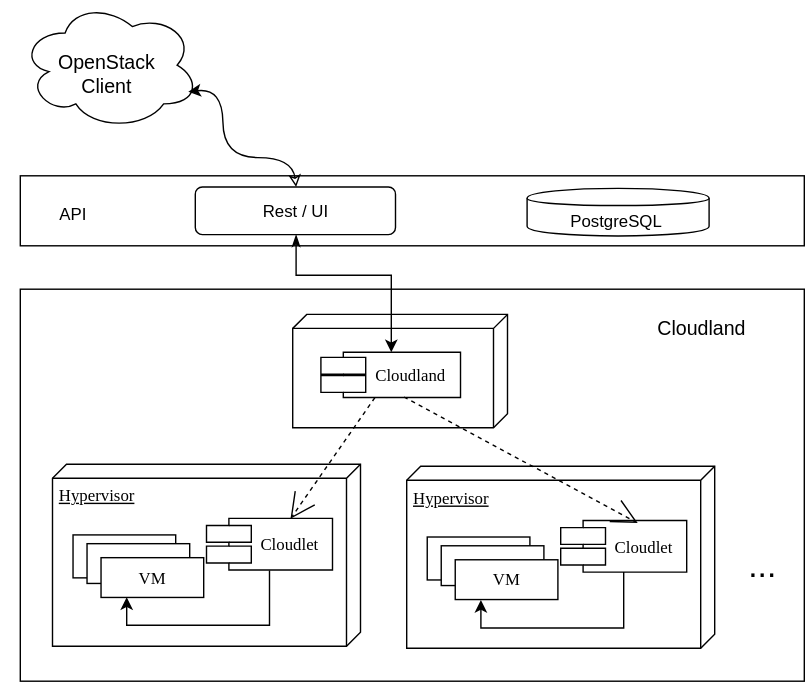
This is web/architecture.svg from Catherine2019/cloudland, a draw.io export, as it was before one commit. Source tidied: cells renumbered, new cells last; positions are measured from the earlier drawing's top-left corner, leaving out a move shared by most shapes.
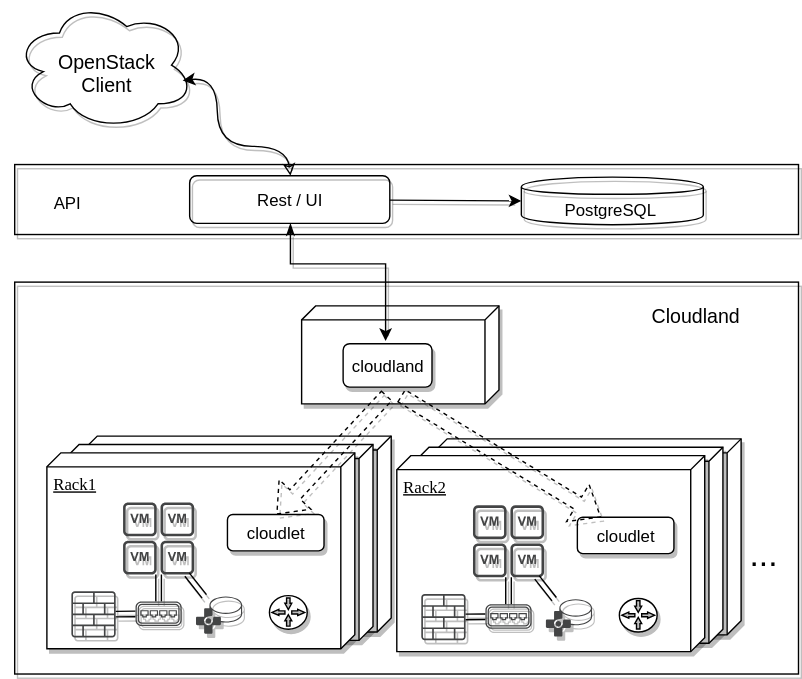
Later version of the same file.

Diff of the diagram source:
```diff
@@ -1,114 +1,158 @@
-<mxGraphModel background="#ffffff">
+<mxGraphModel>
   <root>
     <mxCell id="0" />
     <mxCell id="1" parent="0" />
-    <mxCell id="2" style="rounded=0;whiteSpace=wrap;html=1;fillColor=none;" parent="1" vertex="1">
-      <mxGeometry x="14" y="206" width="560" height="280" as="geometry" />
-    </mxCell>
-    <mxCell id="3" style="group;fillColor=none;" parent="1" vertex="1">
-      <mxGeometry x="37" y="331" width="220" height="135" as="geometry" />
-    </mxCell>
-    <mxCell id="4" value="Hypervisor" style="verticalAlign=top;align=left;spacingTop=8;spacingLeft=2;spacingRight=12;shape=cube;size=10;direction=south;fontStyle=4;html=1;rounded=0;shadow=0;comic=0;labelBackgroundColor=none;strokeColor=#000000;strokeWidth=1;fillColor=#ffffff;fontFamily=Verdana;fontSize=12;fontColor=#000000;" parent="3" vertex="1">
-      <mxGeometry width="220" height="130" as="geometry" />
-    </mxCell>
-    <mxCell id="5" value="VM" style="html=1;rounded=0;shadow=0;comic=0;labelBackgroundColor=none;strokeColor=#000000;strokeWidth=1;fillColor=#ffffff;fontFamily=Verdana;fontSize=12;fontColor=#000000;align=center;" parent="3" vertex="1">
-      <mxGeometry x="14.7" y="50.5" width="73.3" height="30.7" as="geometry" />
-    </mxCell>
-    <mxCell id="6" value="Cloudlet" style="shape=component;align=left;spacingLeft=36;rounded=0;shadow=0;comic=0;labelBackgroundColor=none;strokeColor=#000000;strokeWidth=1;fillColor=#ffffff;fontFamily=Verdana;fontSize=12;fontColor=#000000;html=1;" parent="3" vertex="1">
-      <mxGeometry x="110" y="38.7" width="90" height="36.9" as="geometry" />
-    </mxCell>
-    <mxCell id="7" style="group;" parent="1" vertex="1">
-      <mxGeometry x="199" y="224" width="163" height="81" as="geometry" />
-    </mxCell>
-    <mxCell id="8" style="verticalAlign=top;align=left;spacingTop=8;spacingLeft=2;spacingRight=12;shape=cube;size=10;direction=south;fontStyle=4;html=1;rounded=0;shadow=0;comic=0;labelBackgroundColor=none;strokeColor=#000000;strokeWidth=1;fillColor=#ffffff;fontFamily=Verdana;fontSize=12;fontColor=#000000;" parent="7" vertex="1">
-      <mxGeometry x="9.6" width="153.4" height="81" as="geometry" />
-    </mxCell>
-    <mxCell id="9" value="Cloudland" style="shape=component;align=left;spacingLeft=36;rounded=0;shadow=0;comic=0;labelBackgroundColor=none;strokeColor=#000000;strokeWidth=1;fillColor=#ffffff;fontFamily=Verdana;fontSize=12;fontColor=#000000;html=1;" parent="7" vertex="1">
-      <mxGeometry x="29.7" y="27" width="99.7" height="32.4" as="geometry" />
-    </mxCell>
-    <mxCell id="10" style="edgeStyle=none;rounded=0;html=1;dashed=1;labelBackgroundColor=none;startArrow=none;startFill=0;startSize=8;endArrow=open;endFill=0;endSize=16;fontFamily=Verdana;fontSize=12;entryX=0.672;entryY=0;entryDx=0;entryDy=0;entryPerimeter=0;" parent="1" edge="1" source="9" target="6">
-      <mxGeometry relative="1" as="geometry" />
-    </mxCell>
-    <mxCell id="11" value="VM" style="html=1;rounded=0;shadow=0;comic=0;labelBackgroundColor=none;strokeColor=#000000;strokeWidth=1;fillColor=#ffffff;fontFamily=Verdana;fontSize=12;fontColor=#000000;align=center;" parent="1" vertex="1">
-      <mxGeometry x="61.7" y="387.8" width="73.3" height="28.4" as="geometry" />
-    </mxCell>
-    <mxCell id="12" value="VM" style="html=1;rounded=0;shadow=0;comic=0;labelBackgroundColor=none;strokeColor=#000000;strokeWidth=1;fillColor=#ffffff;fontFamily=Verdana;fontSize=12;fontColor=#000000;align=center;" parent="1" vertex="1">
-      <mxGeometry x="71.7" y="397.8" width="73.3" height="28.4" as="geometry" />
-    </mxCell>
-    <mxCell id="13" style="edgeStyle=orthogonalEdgeStyle;rounded=0;jettySize=auto;html=1;exitX=0.5;exitY=1;exitDx=0;exitDy=0;entryX=0.25;entryY=1;entryDx=0;entryDy=0;" parent="1" edge="1" source="6" target="12">
-      <mxGeometry relative="1" as="geometry" />
-    </mxCell>
-    <mxCell id="14" value="&lt;font style=&quot;font-size: 14px&quot;&gt;Cloudland&lt;/font&gt;" style="text;html=1;strokeColor=none;fillColor=none;align=center;verticalAlign=middle;whiteSpace=wrap;rounded=0;" parent="1" vertex="1">
-      <mxGeometry x="445" y="223.5" width="110" height="20" as="geometry" />
-    </mxCell>
-    <mxCell id="15" style="rounded=0;whiteSpace=wrap;html=1;fillColor=none;" parent="1" vertex="1">
-      <mxGeometry x="14" y="125" width="560" height="50" as="geometry" />
-    </mxCell>
-    <mxCell id="16" style="ellipse;shape=cloud;whiteSpace=wrap;html=1;fillColor=none;" parent="1" vertex="1">
-      <mxGeometry x="14" width="128" height="92" as="geometry" />
-    </mxCell>
+    <mxCell id="34" style="rounded=0;whiteSpace=wrap;html=1;fillColor=none;shadow=1;" parent="1" vertex="1">
+      <mxGeometry x="14" y="209" width="560" height="280" as="geometry" />
+    </mxCell>
+    <mxCell id="35" style="verticalAlign=top;align=left;spacingTop=8;spacingLeft=2;spacingRight=12;shape=cube;size=10;direction=south;fontStyle=4;html=1;rounded=0;shadow=1;comic=0;labelBackgroundColor=none;strokeColor=#000000;strokeWidth=1;fillColor=#ffffff;fontFamily=Verdana;fontSize=12;fontColor=#000000;" parent="1" vertex="1">
+      <mxGeometry x="63" y="319" width="220" height="140" as="geometry" />
+    </mxCell>
+    <mxCell id="36" style="verticalAlign=top;align=left;spacingTop=8;spacingLeft=2;spacingRight=12;shape=cube;size=10;direction=south;fontStyle=4;html=1;rounded=0;shadow=1;comic=0;labelBackgroundColor=none;strokeColor=#000000;strokeWidth=1;fillColor=#ffffff;fontFamily=Verdana;fontSize=12;fontColor=#000000;" parent="1" vertex="1">
+      <mxGeometry x="50" y="325" width="220" height="140" as="geometry" />
+    </mxCell>
+    <mxCell id="37" style="group;shadow=1;" parent="1" vertex="1">
+      <mxGeometry x="210" y="226" width="150" height="81" as="geometry" />
+    </mxCell>
+    <mxCell id="38" style="verticalAlign=top;align=left;spacingTop=8;spacingLeft=2;spacingRight=12;shape=cube;size=10;direction=south;fontStyle=4;html=1;rounded=0;shadow=1;comic=0;labelBackgroundColor=none;strokeColor=#000000;strokeWidth=1;fillColor=#ffffff;fontFamily=Verdana;fontSize=12;fontColor=#000000;" parent="37" vertex="1">
+      <mxGeometry x="9" width="141" height="70" as="geometry" />
+    </mxCell>
+    <mxCell id="39" value="cloudland" style="rounded=1;whiteSpace=wrap;html=1;strokeColor=#000000;fillColor=#ffffff;shadow=1;" parent="37" vertex="1">
+      <mxGeometry x="38.7" y="27" width="63.5" height="31" as="geometry" />
+    </mxCell>
+    <mxCell id="40" value="&lt;font style=&quot;font-size: 14px&quot;&gt;Cloudland&lt;/font&gt;" style="text;html=1;strokeColor=none;fillColor=none;align=center;verticalAlign=middle;whiteSpace=wrap;rounded=0;shadow=1;" parent="1" vertex="1">
+      <mxGeometry x="445" y="223.5" width="110" height="20" as="geometry" />
+    </mxCell>
+    <mxCell id="41" style="rounded=0;whiteSpace=wrap;html=1;fillColor=none;shadow=1;" parent="1" vertex="1">
+      <mxGeometry x="14" y="125" width="560" height="50" as="geometry" />
+    </mxCell>
+    <mxCell id="42" style="ellipse;shape=cloud;whiteSpace=wrap;html=1;fillColor=none;shadow=1;" parent="1" vertex="1">
+      <mxGeometry x="14" y="8" width="128" height="92" as="geometry" />
+    </mxCell>
-    <mxCell id="17" value="&lt;font style=&quot;font-size: 14px&quot;&gt;OpenStack&lt;br&gt;Client&lt;br&gt;&lt;/font&gt;" style="text;html=1;strokeColor=none;fillColor=none;align=center;verticalAlign=middle;whiteSpace=wrap;rounded=0;" parent="1" vertex="1">
-      <mxGeometry y="42" width="150" height="20" as="geometry" />
+    <mxCell id="17" value="&lt;font style=&quot;font-size: 14px&quot;&gt;OpenStack&lt;br&gt;Client&lt;br&gt;&lt;/font&gt;" style="text;html=1;strokeColor=none;fillColor=none;align=center;verticalAlign=middle;whiteSpace=wrap;rounded=0;shadow=1;" parent="1" vertex="1">
+      <mxGeometry x="4" y="50" width="150" height="20" as="geometry" />
     </mxCell>
-    <mxCell id="18" value="API" style="text;html=1;strokeColor=none;fillColor=none;align=center;verticalAlign=middle;whiteSpace=wrap;rounded=0;" parent="1" vertex="1">
+    <mxCell id="18" value="API" style="text;html=1;strokeColor=none;fillColor=none;align=center;verticalAlign=middle;whiteSpace=wrap;rounded=0;shadow=1;" parent="1" vertex="1">
       <mxGeometry x="17.5" y="142" width="67" height="20" as="geometry" />
     </mxCell>
-    <mxCell id="19" style="shape=cylinder;whiteSpace=wrap;html=1;boundedLbl=1;backgroundOutline=1;fillColor=none;" parent="1" vertex="1">
-      <mxGeometry x="376" y="134" width="130" height="34" as="geometry" />
-    </mxCell>
+    <mxCell id="43" style="shape=cylinder;whiteSpace=wrap;html=1;boundedLbl=1;backgroundOutline=1;fillColor=none;shadow=1;" parent="1" vertex="1">
+      <mxGeometry x="376" y="134" width="130" height="34" as="geometry" />
+    </mxCell>
-    <mxCell id="20" value="PostgreSQL" style="text;html=1;strokeColor=none;fillColor=none;align=center;verticalAlign=middle;whiteSpace=wrap;rounded=0;" parent="1" vertex="1">
+    <mxCell id="20" value="PostgreSQL" style="text;html=1;strokeColor=none;fillColor=none;align=center;verticalAlign=middle;whiteSpace=wrap;rounded=0;shadow=1;" parent="1" vertex="1">
       <mxGeometry x="419" y="147" width="40" height="20" as="geometry" />
     </mxCell>
-    <mxCell id="21" style="rounded=0;jettySize=auto;html=1;exitX=0.5;exitY=1;exitDx=0;exitDy=0;entryX=0.5;entryY=0;entryDx=0;entryDy=0;edgeStyle=orthogonalEdgeStyle;startArrow=classicThin;startFill=1;" parent="1" edge="1" source="22" target="9">
-      <mxGeometry relative="1" as="geometry">
-        <Array as="points">
-          <mxPoint x="211" y="196" />
-          <mxPoint x="279" y="196" />
-        </Array>
-      </mxGeometry>
-    </mxCell>
-    <mxCell id="22" style="rounded=1;whiteSpace=wrap;html=1;fillColor=none;" parent="1" vertex="1">
-      <mxGeometry x="139" y="133" width="143" height="34" as="geometry" />
-    </mxCell>
+    <mxCell id="44" style="rounded=0;jettySize=auto;html=1;exitX=0.5;exitY=1;exitDx=0;exitDy=0;entryX=0.5;entryY=0;entryDx=0;entryDy=0;edgeStyle=orthogonalEdgeStyle;startArrow=classicThin;startFill=1;shadow=1;" parent="1" edge="1" source="46">
+      <mxGeometry relative="1" as="geometry">
+        <mxPoint x="279" y="251" as="targetPoint" />
+        <Array as="points">
+          <mxPoint x="211" y="196" />
+          <mxPoint x="279" y="196" />
+        </Array>
+      </mxGeometry>
+    </mxCell>
+    <mxCell id="45" style="edgeStyle=none;rounded=0;jettySize=auto;html=1;entryX=0;entryY=0.5;entryDx=0;entryDy=0;startArrow=none;startFill=0;shadow=1;" parent="1" edge="1" source="46" target="43">
+      <mxGeometry relative="1" as="geometry" />
+    </mxCell>
+    <mxCell id="46" style="rounded=1;whiteSpace=wrap;html=1;fillColor=none;shadow=1;" parent="1" vertex="1">
+      <mxGeometry x="139" y="133" width="143" height="34" as="geometry" />
+    </mxCell>
-    <mxCell id="23" value="Rest / UI" style="text;html=1;strokeColor=none;fillColor=none;align=center;verticalAlign=middle;whiteSpace=wrap;rounded=0;" parent="1" vertex="1">
+    <mxCell id="23" value="Rest / UI" style="text;html=1;strokeColor=none;fillColor=none;align=center;verticalAlign=middle;whiteSpace=wrap;rounded=0;shadow=1;" parent="1" vertex="1">
       <mxGeometry x="160" y="140" width="100" height="20" as="geometry" />
     </mxCell>
-    <mxCell id="24" style="group;fillColor=none;" parent="1" vertex="1">
-      <mxGeometry x="290" y="332.5" width="220" height="135" as="geometry" />
-    </mxCell>
-    <mxCell id="25" value="Hypervisor" style="verticalAlign=top;align=left;spacingTop=8;spacingLeft=2;spacingRight=12;shape=cube;size=10;direction=south;fontStyle=4;html=1;rounded=0;shadow=0;comic=0;labelBackgroundColor=none;strokeColor=#000000;strokeWidth=1;fillColor=#ffffff;fontFamily=Verdana;fontSize=12;fontColor=#000000;" parent="24" vertex="1">
-      <mxGeometry width="220" height="130" as="geometry" />
-    </mxCell>
-    <mxCell id="26" value="VM" style="html=1;rounded=0;shadow=0;comic=0;labelBackgroundColor=none;strokeColor=#000000;strokeWidth=1;fillColor=#ffffff;fontFamily=Verdana;fontSize=12;fontColor=#000000;align=center;" parent="24" vertex="1">
-      <mxGeometry x="14.7" y="50.5" width="73.3" height="30.7" as="geometry" />
-    </mxCell>
-    <mxCell id="27" value="Cloudlet" style="shape=component;align=left;spacingLeft=36;rounded=0;shadow=0;comic=0;labelBackgroundColor=none;strokeColor=#000000;strokeWidth=1;fillColor=#ffffff;fontFamily=Verdana;fontSize=12;fontColor=#000000;html=1;" parent="24" vertex="1">
-      <mxGeometry x="110" y="38.7" width="90" height="36.9" as="geometry" />
-    </mxCell>
-    <mxCell id="28" value="VM" style="html=1;rounded=0;shadow=0;comic=0;labelBackgroundColor=none;strokeColor=#000000;strokeWidth=1;fillColor=#ffffff;fontFamily=Verdana;fontSize=12;fontColor=#000000;align=center;" parent="1" vertex="1">
-      <mxGeometry x="314.7" y="389.3" width="73.3" height="28.4" as="geometry" />
-    </mxCell>
-    <mxCell id="29" value="VM" style="html=1;rounded=0;shadow=0;comic=0;labelBackgroundColor=none;strokeColor=#000000;strokeWidth=1;fillColor=#ffffff;fontFamily=Verdana;fontSize=12;fontColor=#000000;align=center;" parent="1" vertex="1">
-      <mxGeometry x="324.7" y="399.3" width="73.3" height="28.4" as="geometry" />
-    </mxCell>
-    <mxCell id="30" style="edgeStyle=orthogonalEdgeStyle;rounded=0;jettySize=auto;html=1;exitX=0.5;exitY=1;exitDx=0;exitDy=0;entryX=0.25;entryY=1;entryDx=0;entryDy=0;" parent="1" edge="1" source="27" target="29">
-      <mxGeometry relative="1" as="geometry" />
-    </mxCell>
-    <mxCell id="31" style="edgeStyle=none;rounded=0;html=1;dashed=1;labelBackgroundColor=none;startArrow=none;startFill=0;startSize=8;endArrow=open;endFill=0;endSize=16;fontFamily=Verdana;fontSize=12;exitX=0.596;exitY=1;exitDx=0;exitDy=0;exitPerimeter=0;entryX=0.611;entryY=0.049;entryDx=0;entryDy=0;entryPerimeter=0;" parent="1" edge="1" source="9" target="27">
-      <mxGeometry relative="1" as="geometry" />
-    </mxCell>
-    <mxCell id="32" value="&lt;font style=&quot;font-size: 24px&quot;&gt;...&lt;/font&gt;" style="text;html=1;strokeColor=none;fillColor=none;align=center;verticalAlign=middle;whiteSpace=wrap;rounded=0;" parent="1" vertex="1">
-      <mxGeometry x="524" y="393.5" width="40" height="20" as="geometry" />
+    <mxCell id="32" value="&lt;font style=&quot;font-size: 24px&quot;&gt;...&lt;/font&gt;" style="text;html=1;strokeColor=none;fillColor=none;align=center;verticalAlign=middle;whiteSpace=wrap;rounded=0;shadow=1;" parent="1" vertex="1">
+      <mxGeometry x="529" y="393.5" width="40" height="20" as="geometry" />
     </mxCell>
-    <mxCell id="33" style="curved=1;endArrow=classic;html=1;exitX=0.5;exitY=0;exitDx=0;exitDy=0;startArrow=classic;startFill=0;" parent="1" edge="1" source="22">
-      <mxGeometry relative="1" as="geometry">
-        <mxPoint x="134" y="65" as="targetPoint" />
-        <Array as="points">
-          <mxPoint x="208.5" y="112" />
-          <mxPoint x="159" y="112" />
-          <mxPoint x="158.5" y="62" />
-        </Array>
-      </mxGeometry>
-    </mxCell>
+    <mxCell id="47" style="curved=1;endArrow=classic;html=1;exitX=0.5;exitY=0;exitDx=0;exitDy=0;startArrow=classic;startFill=0;shadow=1;" parent="1" edge="1" source="46">
+      <mxGeometry relative="1" as="geometry">
+        <mxPoint x="134" y="65" as="targetPoint" />
+        <Array as="points">
+          <mxPoint x="208.5" y="112" />
+          <mxPoint x="159" y="112" />
+          <mxPoint x="158.5" y="62" />
+        </Array>
+      </mxGeometry>
+    </mxCell>
+    <mxCell id="48" value="Rack1" style="verticalAlign=top;align=left;spacingTop=8;spacingLeft=2;spacingRight=12;shape=cube;size=10;direction=south;fontStyle=4;html=1;rounded=0;shadow=1;comic=0;labelBackgroundColor=none;strokeColor=#000000;strokeWidth=1;fillColor=#ffffff;fontFamily=Verdana;fontSize=12;fontColor=#000000;" parent="1" vertex="1">
+      <mxGeometry x="37" y="331" width="220" height="140" as="geometry" />
+    </mxCell>
+    <mxCell id="49" value="cloudlet" style="rounded=1;whiteSpace=wrap;html=1;strokeColor=#000000;fillColor=#ffffff;shadow=1;" parent="1" vertex="1">
+      <mxGeometry x="166" y="375" width="69" height="26" as="geometry" />
+    </mxCell>
+    <mxCell id="50" style="group;shadow=1;" parent="1" vertex="1">
+      <mxGeometry x="54.5" y="366.5" width="122" height="98" as="geometry" />
+    </mxCell>
+    <mxCell id="51" style="shadow=1;dashed=0;html=1;strokeColor=none;fillColor=#434445;labelPosition=center;verticalLabelPosition=bottom;verticalAlign=top;align=center;outlineConnect=0;shape=mxgraph.vvd.logical_firewall;" parent="50" vertex="1">
+      <mxGeometry y="63.4" width="31.7" height="33" as="geometry" />
+    </mxCell>
+    <mxCell id="52" style="shadow=1;dashed=0;html=1;strokeColor=none;fillColor=#434445;labelPosition=center;verticalLabelPosition=bottom;verticalAlign=top;align=center;outlineConnect=0;shape=mxgraph.vvd.vm_group;" parent="50" vertex="1">
+      <mxGeometry x="36.9" width="50.8" height="51.4" as="geometry" />
+    </mxCell>
+    <mxCell id="53" style="edgeStyle=none;shape=link;rounded=0;jettySize=auto;html=1;startArrow=blockThin;startFill=1;shadow=1;" parent="50" edge="1" source="55" target="51">
+      <mxGeometry relative="1" as="geometry" />
+    </mxCell>
+    <mxCell id="54" style="edgeStyle=none;shape=link;rounded=0;jettySize=auto;html=1;startArrow=blockThin;startFill=1;shadow=1;" parent="50" edge="1" source="55" target="52">
+      <mxGeometry relative="1" as="geometry" />
+    </mxCell>
+    <mxCell id="55" style="shadow=1;dashed=0;html=1;strokeColor=none;fillColor=#434445;labelPosition=center;verticalLabelPosition=bottom;verticalAlign=top;align=center;outlineConnect=0;shape=mxgraph.vvd.virtual_switch;" parent="50" vertex="1">
+      <mxGeometry x="45.8" y="70.7" width="33" height="17.5" as="geometry" />
+    </mxCell>
+    <mxCell id="56" style="edgeStyle=none;shape=link;rounded=0;jettySize=auto;html=1;startArrow=blockThin;startFill=1;shadow=1;" parent="50" edge="1" source="57" target="52">
+      <mxGeometry relative="1" as="geometry" />
+    </mxCell>
+    <mxCell id="57" style="shadow=1;dashed=0;html=1;strokeColor=none;fillColor=#434445;labelPosition=center;verticalLabelPosition=bottom;verticalAlign=top;align=center;outlineConnect=0;shape=mxgraph.vvd.writable_volume;" parent="50" vertex="1">
+      <mxGeometry x="89" y="67" width="33" height="26.7" as="geometry" />
+    </mxCell>
+    <mxCell id="58" style="shadow=1;dashed=0;html=1;strokeColor=#000000;labelPosition=center;verticalLabelPosition=bottom;verticalAlign=top;align=center;shape=mxgraph.mscae.enterprise.gateway;fillColor=#ffffff;" parent="1" vertex="1">
+      <mxGeometry x="196" y="433" width="27" height="24" as="geometry" />
+    </mxCell>
+    <mxCell id="59" style="edgeStyle=none;rounded=0;html=1;dashed=1;labelBackgroundColor=none;startArrow=none;startFill=0;endArrow=open;endFill=0;fontFamily=Verdana;fontSize=12;entryX=0.5;entryY=0;entryDx=0;entryDy=0;shape=flexArrow;shadow=1;" parent="1" edge="1" target="49">
+      <mxGeometry relative="1" as="geometry">
+        <mxPoint x="280" y="290" as="sourcePoint" />
+      </mxGeometry>
+    </mxCell>
+    <mxCell id="60" style="verticalAlign=top;align=left;spacingTop=8;spacingLeft=2;spacingRight=12;shape=cube;size=10;direction=south;fontStyle=4;html=1;rounded=0;shadow=1;comic=0;labelBackgroundColor=none;strokeColor=#000000;strokeWidth=1;fillColor=#ffffff;fontFamily=Verdana;fontSize=12;fontColor=#000000;" parent="1" vertex="1">
+      <mxGeometry x="313" y="321" width="220" height="140" as="geometry" />
+    </mxCell>
+    <mxCell id="61" style="verticalAlign=top;align=left;spacingTop=8;spacingLeft=2;spacingRight=12;shape=cube;size=10;direction=south;fontStyle=4;html=1;rounded=0;shadow=1;comic=0;labelBackgroundColor=none;strokeColor=#000000;strokeWidth=1;fillColor=#ffffff;fontFamily=Verdana;fontSize=12;fontColor=#000000;" parent="1" vertex="1">
+      <mxGeometry x="300" y="327" width="220" height="140" as="geometry" />
+    </mxCell>
+    <mxCell id="62" value="Rack2" style="verticalAlign=top;align=left;spacingTop=8;spacingLeft=2;spacingRight=12;shape=cube;size=10;direction=south;fontStyle=4;html=1;rounded=0;shadow=1;comic=0;labelBackgroundColor=none;strokeColor=#000000;strokeWidth=1;fillColor=#ffffff;fontFamily=Verdana;fontSize=12;fontColor=#000000;" parent="1" vertex="1">
+      <mxGeometry x="287" y="333" width="220" height="140" as="geometry" />
+    </mxCell>
+    <mxCell id="63" value="cloudlet" style="rounded=1;whiteSpace=wrap;html=1;strokeColor=#000000;fillColor=#ffffff;shadow=1;" parent="1" vertex="1">
+      <mxGeometry x="416" y="377" width="69" height="26" as="geometry" />
+    </mxCell>
+    <mxCell id="64" style="group;shadow=1;" parent="1" vertex="1">
+      <mxGeometry x="304.5" y="368.5" width="122" height="98" as="geometry" />
+    </mxCell>
+    <mxCell id="65" style="shadow=1;dashed=0;html=1;strokeColor=none;fillColor=#434445;labelPosition=center;verticalLabelPosition=bottom;verticalAlign=top;align=center;outlineConnect=0;shape=mxgraph.vvd.logical_firewall;" parent="64" vertex="1">
+      <mxGeometry y="63.4" width="31.7" height="33" as="geometry" />
+    </mxCell>
+    <mxCell id="66" style="shadow=1;dashed=0;html=1;strokeColor=none;fillColor=#434445;labelPosition=center;verticalLabelPosition=bottom;verticalAlign=top;align=center;outlineConnect=0;shape=mxgraph.vvd.vm_group;" parent="64" vertex="1">
+      <mxGeometry x="36.9" width="50.8" height="51.4" as="geometry" />
+    </mxCell>
+    <mxCell id="67" style="edgeStyle=none;shape=link;rounded=0;jettySize=auto;html=1;startArrow=blockThin;startFill=1;shadow=1;" parent="64" edge="1" source="69" target="65">
+      <mxGeometry relative="1" as="geometry" />
+    </mxCell>
+    <mxCell id="68" style="edgeStyle=none;shape=link;rounded=0;jettySize=auto;html=1;startArrow=blockThin;startFill=1;shadow=1;" parent="64" edge="1" source="69" target="66">
+      <mxGeometry relative="1" as="geometry" />
+    </mxCell>
+    <mxCell id="69" style="shadow=1;dashed=0;html=1;strokeColor=none;fillColor=#434445;labelPosition=center;verticalLabelPosition=bottom;verticalAlign=top;align=center;outlineConnect=0;shape=mxgraph.vvd.virtual_switch;" parent="64" vertex="1">
+      <mxGeometry x="45.8" y="70.7" width="33" height="17.5" as="geometry" />
+    </mxCell>
+    <mxCell id="70" style="edgeStyle=none;shape=link;rounded=0;jettySize=auto;html=1;startArrow=blockThin;startFill=1;shadow=1;" parent="64" edge="1" source="71" target="66">
+      <mxGeometry relative="1" as="geometry" />
+    </mxCell>
+    <mxCell id="71" style="shadow=1;dashed=0;html=1;strokeColor=none;fillColor=#434445;labelPosition=center;verticalLabelPosition=bottom;verticalAlign=top;align=center;outlineConnect=0;shape=mxgraph.vvd.writable_volume;" parent="64" vertex="1">
+      <mxGeometry x="89" y="67" width="33" height="26.7" as="geometry" />
+    </mxCell>
+    <mxCell id="72" style="shadow=1;dashed=0;html=1;strokeColor=#000000;labelPosition=center;verticalLabelPosition=bottom;verticalAlign=top;align=center;shape=mxgraph.mscae.enterprise.gateway;fillColor=#ffffff;" parent="1" vertex="1">
+      <mxGeometry x="446" y="435" width="27" height="24" as="geometry" />
+    </mxCell>
+    <mxCell id="73" style="shape=flexArrow;rounded=0;jettySize=auto;html=1;startArrow=none;startFill=0;dashed=1;entryX=0.25;entryY=0;entryDx=0;entryDy=0;shadow=1;" parent="1" edge="1" target="63">
+      <mxGeometry relative="1" as="geometry">
+        <mxPoint x="290" y="290" as="sourcePoint" />
+      </mxGeometry>
+    </mxCell>
   </root>
 </mxGraphModel>
```
